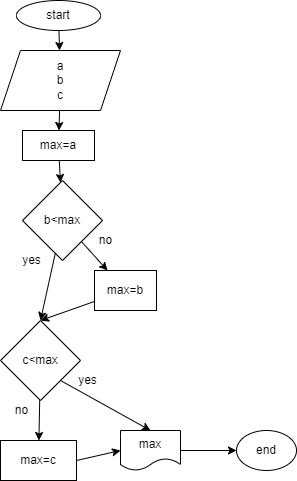
Before: Ex01/diagram.drawio.png, a diagram exported from draw.io (marusssh/C-). Source tidied: cells renumbered, new cells last; positions are measured from the earlier drawing's top-left corner, leaving out a move shared by most shapes.
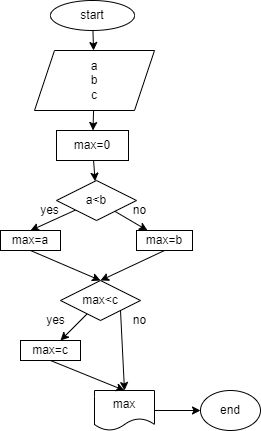
The same file after the commit.

Commit message:
Поправили блок-схему

Change to the diagram source:
```diff
@@ -17,59 +17,65 @@
     <mxCell id="6" style="edgeStyle=none;html=1;" parent="1" edge="1" source="7" target="10">
       <mxGeometry relative="1" as="geometry" />
     </mxCell>
-    <mxCell id="7" value="max=a" style="rounded=0;whiteSpace=wrap;html=1;" parent="1" vertex="1">
+    <mxCell id="7" value="max=0" style="rounded=0;whiteSpace=wrap;html=1;" parent="1" vertex="1">
       <mxGeometry x="22" y="130" width="72" height="30" as="geometry" />
     </mxCell>
     <mxCell id="8" style="edgeStyle=none;html=1;" parent="1" edge="1" source="10" target="12">
       <mxGeometry relative="1" as="geometry" />
     </mxCell>
-    <mxCell id="9" style="edgeStyle=none;html=1;entryX=0.5;entryY=0;entryDx=0;entryDy=0;" parent="1" edge="1" source="10" target="16">
+    <mxCell id="9" style="edgeStyle=none;html=1;entryX=0.5;entryY=0;entryDx=0;entryDy=0;" parent="1" edge="1" source="10" target="27">
       <mxGeometry relative="1" as="geometry" />
     </mxCell>
-    <mxCell id="10" value="b&amp;lt;max" style="rhombus;whiteSpace=wrap;html=1;" parent="1" vertex="1">
-      <mxGeometry x="22" y="180" width="80" height="80" as="geometry" />
+    <mxCell id="10" value="a&amp;lt;b" style="rhombus;whiteSpace=wrap;html=1;" parent="1" vertex="1">
+      <mxGeometry x="22" y="180" width="80" height="40" as="geometry" />
     </mxCell>
-    <mxCell id="11" style="edgeStyle=none;html=1;entryX=0.5;entryY=0;entryDx=0;entryDy=0;" parent="1" edge="1" source="12" target="16">
-      <mxGeometry relative="1" as="geometry" />
-    </mxCell>
+    <mxCell id="25" style="edgeStyle=none;html=1;exitX=0.5;exitY=1;exitDx=0;exitDy=0;entryX=0.5;entryY=0;entryDx=0;entryDy=0;" parent="1" edge="1" source="12" target="29">
+      <mxGeometry relative="1" as="geometry" />
+    </mxCell>
     <mxCell id="12" value="max=b" style="rounded=0;whiteSpace=wrap;html=1;" parent="1" vertex="1">
-      <mxGeometry x="94" y="270" width="62" height="40" as="geometry" />
+      <mxGeometry x="102" y="230" width="56" height="20" as="geometry" />
     </mxCell>
     <mxCell id="13" value="yes&lt;br&gt;" style="text;html=1;align=center;verticalAlign=middle;strokeColor=none;fillColor=none;" parent="1" vertex="1">
-      <mxGeometry x="16" y="250" width="30" height="20" as="geometry" />
+      <mxGeometry y="200" width="30" height="20" as="geometry" />
     </mxCell>
-    <mxCell id="14" style="edgeStyle=none;html=1;" parent="1" edge="1" source="16" target="19">
-      <mxGeometry relative="1" as="geometry" />
-    </mxCell>
-    <mxCell id="15" style="edgeStyle=none;html=1;exitX=1;exitY=1;exitDx=0;exitDy=0;entryX=0.5;entryY=0;entryDx=0;entryDy=0;" parent="1" edge="1" source="16" target="22">
-      <mxGeometry relative="1" as="geometry" />
-    </mxCell>
-    <mxCell id="16" value="c&amp;lt;max" style="rhombus;whiteSpace=wrap;html=1;" parent="1" vertex="1">
-      <mxGeometry y="320" width="80" height="80" as="geometry" />
-    </mxCell>
     <mxCell id="17" value="no" style="text;html=1;align=center;verticalAlign=middle;strokeColor=none;fillColor=none;" parent="1" vertex="1">
-      <mxGeometry x="90" y="230" width="30" height="20" as="geometry" />
+      <mxGeometry x="90" y="200" width="30" height="20" as="geometry" />
     </mxCell>
-    <mxCell id="18" style="edgeStyle=none;html=1;exitX=1;exitY=0.5;exitDx=0;exitDy=0;entryX=0;entryY=0.5;entryDx=0;entryDy=0;" parent="1" edge="1" source="19" target="22">
+    <mxCell id="18" style="edgeStyle=none;html=1;exitX=1;exitY=1;exitDx=0;exitDy=0;entryX=0.5;entryY=0;entryDx=0;entryDy=0;" parent="1" edge="1" source="29" target="22">
       <mxGeometry relative="1" as="geometry" />
     </mxCell>
+    <mxCell id="21" style="edgeStyle=none;html=1;exitX=1;exitY=0.5;exitDx=0;exitDy=0;" parent="1" edge="1" source="22" target="24">
+      <mxGeometry relative="1" as="geometry" />
+    </mxCell>
+    <mxCell id="22" value="max" style="shape=document;whiteSpace=wrap;html=1;boundedLbl=1;" parent="1" vertex="1">
+      <mxGeometry x="60" y="390" width="60" height="40" as="geometry" />
+    </mxCell>
+    <mxCell id="24" value="end" style="ellipse;whiteSpace=wrap;html=1;" parent="1" vertex="1">
+      <mxGeometry x="166" y="390" width="60" height="40" as="geometry" />
+    </mxCell>
+    <mxCell id="26" style="edgeStyle=none;html=1;exitX=0.5;exitY=1;exitDx=0;exitDy=0;entryX=0.5;entryY=0;entryDx=0;entryDy=0;" parent="1" edge="1" source="27" target="29">
+      <mxGeometry relative="1" as="geometry" />
+    </mxCell>
+    <mxCell id="27" value="max=a" style="rounded=0;whiteSpace=wrap;html=1;" parent="1" vertex="1">
+      <mxGeometry x="-34" y="230" width="60" height="20" as="geometry" />
+    </mxCell>
+    <mxCell id="28" style="edgeStyle=none;html=1;" parent="1" edge="1" source="29" target="19">
+      <mxGeometry relative="1" as="geometry" />
+    </mxCell>
+    <mxCell id="29" value="max&amp;lt;c" style="rhombus;whiteSpace=wrap;html=1;" parent="1" vertex="1">
+      <mxGeometry x="26" y="280" width="80" height="40" as="geometry" />
+    </mxCell>
+    <mxCell id="30" style="edgeStyle=none;html=1;exitX=0.5;exitY=1;exitDx=0;exitDy=0;entryX=0.5;entryY=0;entryDx=0;entryDy=0;" parent="1" edge="1" source="19" target="22">
+      <mxGeometry relative="1" as="geometry" />
+    </mxCell>
     <mxCell id="19" value="max=c" style="whiteSpace=wrap;html=1;" parent="1" vertex="1">
-      <mxGeometry y="440" width="76" height="40" as="geometry" />
+      <mxGeometry x="-14" y="340" width="60" height="20" as="geometry" />
     </mxCell>
     <mxCell id="20" value="yes&lt;br&gt;" style="text;html=1;align=center;verticalAlign=middle;strokeColor=none;fillColor=none;" parent="1" vertex="1">
-      <mxGeometry x="72" y="370" width="30" height="20" as="geometry" />
+      <mxGeometry x="6" y="310" width="30" height="20" as="geometry" />
     </mxCell>
-    <mxCell id="21" style="edgeStyle=none;html=1;exitX=1;exitY=0.5;exitDx=0;exitDy=0;" parent="1" edge="1" source="22" target="24">
-      <mxGeometry relative="1" as="geometry" />
-    </mxCell>
-    <mxCell id="22" value="max" style="shape=document;whiteSpace=wrap;html=1;boundedLbl=1;" parent="1" vertex="1">
-      <mxGeometry x="120" y="430" width="60" height="40" as="geometry" />
-    </mxCell>
     <mxCell id="23" value="no" style="text;html=1;align=center;verticalAlign=middle;strokeColor=none;fillColor=none;" parent="1" vertex="1">
-      <mxGeometry x="6" y="400" width="30" height="20" as="geometry" />
+      <mxGeometry x="90" y="310" width="30" height="20" as="geometry" />
     </mxCell>
-    <mxCell id="24" value="end" style="ellipse;whiteSpace=wrap;html=1;" parent="1" vertex="1">
-      <mxGeometry x="236" y="430" width="60" height="40" as="geometry" />
-    </mxCell>
   </root>
 </mxGraphModel>
```
